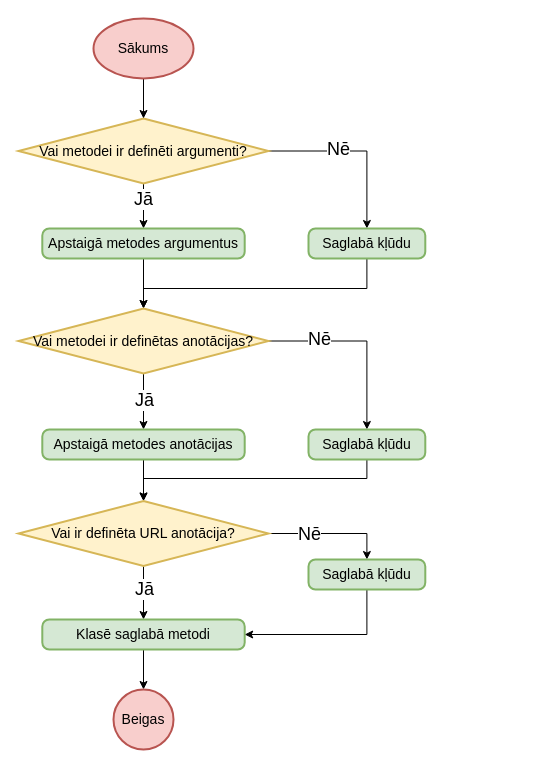
The draw.io diagram page "Metodes kompilēšana" (1 of 10) of src/Kvalifikacijas darbs/Diagrammas/Kompilators/Metodes.drawio in artiks12/webAppOS, before the edit. Source tidied: cells renumbered, new cells numbered last; positions are measured from the earlier drawing's top-left corner, leaving out a move shared by most shapes. Both pictures are drawn from the tidied source at 100%, with x=0, y=0 at pixel (18, 18).
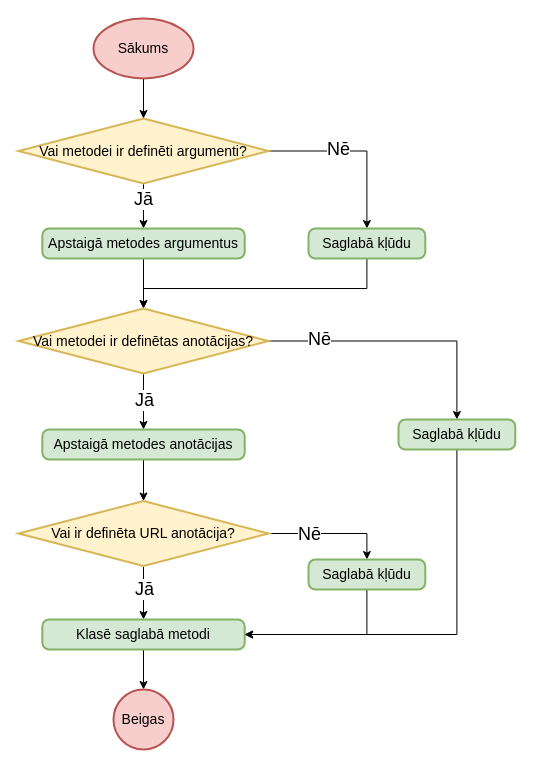
The same diagram, later.

The change refers to these unchanged cells:
```xml
<mxCell id="22" value="Vai ir definēta URL anotācija?" style="strokeWidth=2;html=1;shape=mxgraph.flowchart.decision;whiteSpace=wrap;fontSize=14;fillColor=#fff2cc;strokeColor=#d6b656;" parent="1" vertex="1">
  <mxGeometry y="482.5" width="250" height="65" as="geometry" />
</mxCell>
<mxCell id="24" value="Klasē saglabā metodi" style="rounded=1;whiteSpace=wrap;html=1;absoluteArcSize=1;arcSize=14;strokeWidth=2;fontSize=14;fillColor=#d5e8d4;strokeColor=#82b366;" parent="1" vertex="1">
  <mxGeometry x="23.8" y="601" width="202.4" height="30" as="geometry" />
</mxCell>
```

Diff of the diagram source:
```diff
@@
-    <mxCell id="26" style="edgeStyle=orthogonalEdgeStyle;rounded=0;jettySize=auto;html=1;entryX=0.5;entryY=0;entryDx=0;entryDy=0;entryPerimeter=0;" parent="1" edge="1" source="27" target="22">
+    <mxCell id="26" style="edgeStyle=orthogonalEdgeStyle;rounded=0;jettySize=auto;html=1;entryX=1;entryY=0.5;entryDx=0;entryDy=0;" parent="1" edge="1" source="27" target="24">
       <mxGeometry relative="1" as="geometry">
         <Array as="points">
-          <mxPoint x="348" y="460" />
-          <mxPoint x="125" y="460" />
+          <mxPoint x="438" y="616" />
         </Array>
       </mxGeometry>
     </mxCell>
     <mxCell id="27" value="Saglabā kļūdu" style="rounded=1;whiteSpace=wrap;html=1;absoluteArcSize=1;arcSize=14;strokeWidth=2;fontSize=14;fillColor=#d5e8d4;strokeColor=#82b366;" parent="1" vertex="1">
-      <mxGeometry x="290" y="411" width="116.8" height="30" as="geometry" />
+      <mxGeometry x="380" y="401" width="116.8" height="30" as="geometry" />
     </mxCell>
```
